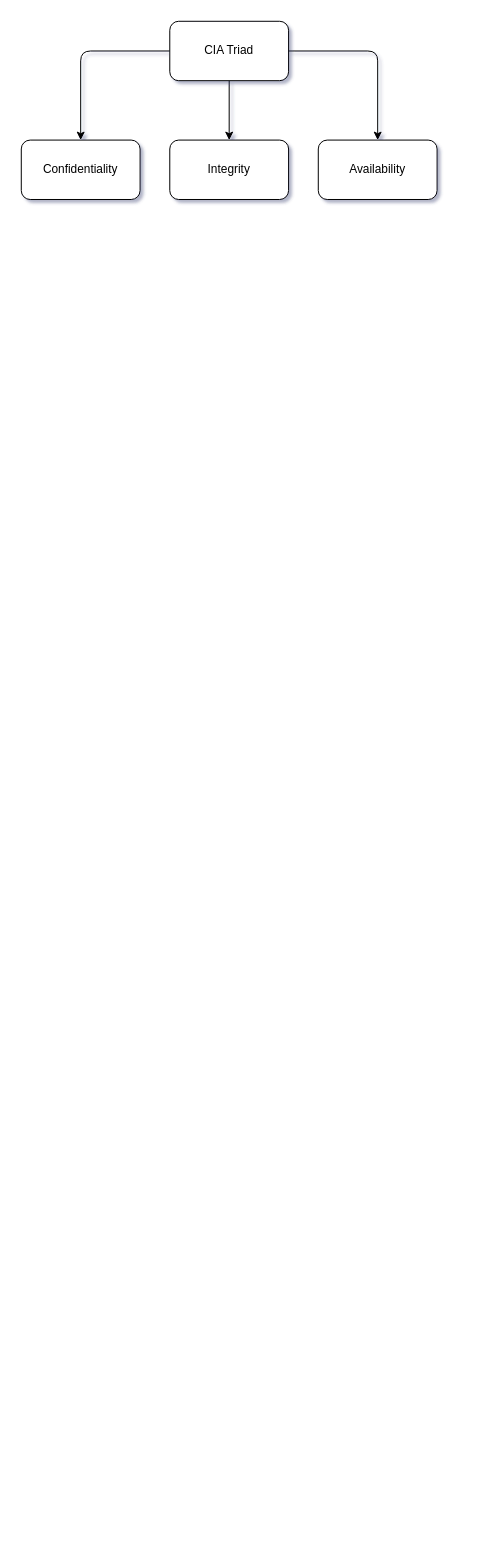
The draw.io diagram SF101-CoreSecPrinciples.drawio in Polkadoty/diagrams, before the edit. Source tidied: cells renumbered, new cells numbered last; positions are measured from the earlier drawing's top-left corner, leaving out a move shared by most shapes. Both pictures are drawn from the tidied source at 99%, with x=0, y=0 at pixel (21, 21).
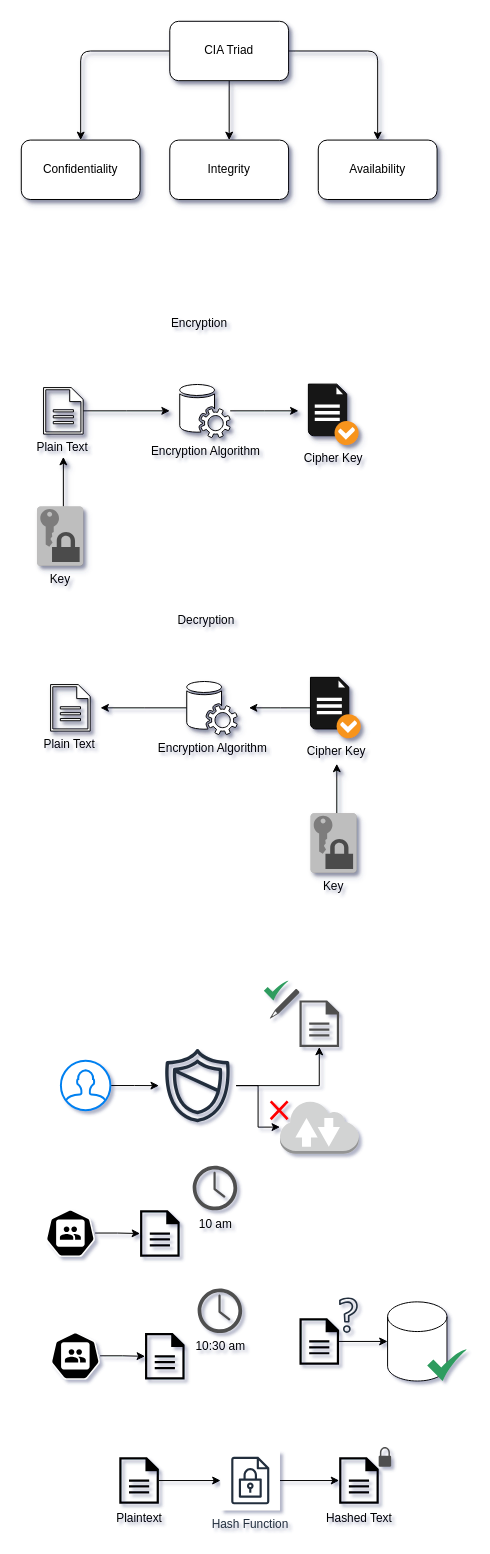
The same diagram, later.

What changed in the source:
```diff
@@
-    <mxCell id="2" style="edgeStyle=orthogonalEdgeStyle;rounded=1;hachureGap=4;jettySize=auto;html=1;fontFamily=Architects Daughter;" parent="1" edge="1" source="5" target="6">
+    <mxCell id="2" style="edgeStyle=orthogonalEdgeStyle;rounded=1;hachureGap=4;jettySize=auto;html=1;fontFamily=Architects Daughter;labelBackgroundColor=none;fontColor=default;shadow=1;" parent="1" edge="1" source="5" target="6">
       <mxGeometry relative="1" as="geometry" />
     </mxCell>
-    <mxCell id="3" style="edgeStyle=orthogonalEdgeStyle;rounded=1;hachureGap=4;jettySize=auto;html=1;fontFamily=Architects Daughter;" parent="1" edge="1" source="5" target="7">
+    <mxCell id="3" style="edgeStyle=orthogonalEdgeStyle;rounded=1;hachureGap=4;jettySize=auto;html=1;fontFamily=Architects Daughter;labelBackgroundColor=none;fontColor=default;shadow=1;" parent="1" edge="1" source="5" target="7">
       <mxGeometry relative="1" as="geometry" />
     </mxCell>
-    <mxCell id="4" style="edgeStyle=orthogonalEdgeStyle;rounded=1;hachureGap=4;jettySize=auto;html=1;fontFamily=Architects Daughter;" parent="1" edge="1" source="5" target="8">
+    <mxCell id="4" style="edgeStyle=orthogonalEdgeStyle;rounded=1;hachureGap=4;jettySize=auto;html=1;fontFamily=Architects Daughter;labelBackgroundColor=none;fontColor=default;shadow=1;" parent="1" edge="1" source="5" target="8">
       <mxGeometry relative="1" as="geometry" />
     </mxCell>
-    <mxCell id="5" value="CIA Triad" style="rounded=1;whiteSpace=wrap;html=1;hachureGap=4;fontFamily=JetBrains Mono;" parent="1" vertex="1">
+    <mxCell id="5" value="CIA Triad" style="rounded=1;whiteSpace=wrap;html=1;hachureGap=4;fontFamily=JetBrains Mono;labelBackgroundColor=none;shadow=1;" parent="1" vertex="1">
       <mxGeometry x="150" width="120" height="60" as="geometry" />
     </mxCell>
-    <mxCell id="6" value="Confidentiality" style="rounded=1;whiteSpace=wrap;html=1;hachureGap=4;fontFamily=JetBrains Mono;" parent="1" vertex="1">
+    <mxCell id="6" value="Confidentiality" style="rounded=1;whiteSpace=wrap;html=1;hachureGap=4;fontFamily=JetBrains Mono;labelBackgroundColor=none;shadow=1;" parent="1" vertex="1">
       <mxGeometry y="120" width="120" height="60" as="geometry" />
     </mxCell>
-    <mxCell id="7" value="Integrity" style="rounded=1;whiteSpace=wrap;html=1;hachureGap=4;fontFamily=JetBrains Mono;" parent="1" vertex="1">
+    <mxCell id="7" value="Integrity" style="rounded=1;whiteSpace=wrap;html=1;hachureGap=4;fontFamily=JetBrains Mono;labelBackgroundColor=none;shadow=1;" parent="1" vertex="1">
       <mxGeometry x="150" y="120" width="120" height="60" as="geometry" />
     </mxCell>
-    <mxCell id="8" value="Availability" style="rounded=1;whiteSpace=wrap;html=1;hachureGap=4;fontFamily=JetBrains Mono;" parent="1" vertex="1">
+    <mxCell id="8" value="Availability" style="rounded=1;whiteSpace=wrap;html=1;hachureGap=4;fontFamily=JetBrains Mono;labelBackgroundColor=none;shadow=1;" parent="1" vertex="1">
       <mxGeometry x="300" y="120" width="120" height="60" as="geometry" />
     </mxCell>
+    <mxCell id="9" style="edgeStyle=orthogonalEdgeStyle;rounded=0;orthogonalLoop=1;jettySize=auto;html=1;shadow=1;backgroundOutline=0;labelBackgroundColor=none;textShadow=1;" parent="1" edge="1">
+      <mxGeometry relative="1" as="geometry">
+        <mxPoint x="42.5" y="490" as="sourcePoint" />
+        <mxPoint x="42.5" y="440" as="targetPoint" />
+      </mxGeometry>
+    </mxCell>
+    <mxCell id="10" style="edgeStyle=orthogonalEdgeStyle;rounded=0;jettySize=auto;html=1;shadow=1;backgroundOutline=0;labelBackgroundColor=none;textShadow=1;" parent="1" edge="1" source="11">
+      <mxGeometry relative="1" as="geometry">
+        <mxPoint x="150" y="393.5" as="targetPoint" />
+      </mxGeometry>
+    </mxCell>
+    <mxCell id="11" value="&lt;font face=&quot;JetBrains Mono&quot;&gt;Plain Text&amp;nbsp;&lt;/font&gt;" style="sketch=0;shadow=1;dashed=0;html=1;labelPosition=center;verticalLabelPosition=bottom;verticalAlign=top;outlineConnect=0;align=center;shape=mxgraph.office.concepts.document;backgroundOutline=0;labelBackgroundColor=none;" parent="1" vertex="1">
+      <mxGeometry x="22.5" y="370" width="40" height="47" as="geometry" />
+    </mxCell>
+    <mxCell id="12" style="edgeStyle=orthogonalEdgeStyle;rounded=0;jettySize=auto;html=1;shadow=1;backgroundOutline=0;labelBackgroundColor=none;textShadow=1;" parent="1" edge="1" source="13">
+      <mxGeometry relative="1" as="geometry">
+        <mxPoint x="280" y="393.5" as="targetPoint" />
+      </mxGeometry>
+    </mxCell>
+    <mxCell id="13" value="&lt;font face=&quot;JetBrains Mono&quot;&gt;Encryption Algorithm&lt;/font&gt;" style="sketch=0;shadow=1;dashed=0;html=1;labelPosition=center;verticalLabelPosition=bottom;verticalAlign=top;outlineConnect=0;align=center;shape=mxgraph.office.services.central_management_service;backgroundOutline=0;labelBackgroundColor=none;" parent="1" vertex="1">
+      <mxGeometry x="160" y="366.5" width="51" height="54" as="geometry" />
+    </mxCell>
+    <mxCell id="14" value="&lt;font face=&quot;JetBrains Mono&quot;&gt;Key&lt;/font&gt;" style="dashed=0;verticalLabelPosition=bottom;verticalAlign=top;align=center;html=1;shape=mxgraph.aws3.data_encryption_key;fillColor=#7D7C7C;gradientColor=none;shadow=1;backgroundOutline=0;labelBackgroundColor=none;" parent="1" vertex="1">
+      <mxGeometry x="16" y="490" width="46.5" height="60" as="geometry" />
+    </mxCell>
+    <mxCell id="15" value="&lt;font face=&quot;JetBrains Mono&quot;&gt;Cipher Key&lt;/font&gt;" style="shadow=1;dashed=0;html=1;labelPosition=center;verticalLabelPosition=bottom;verticalAlign=top;align=center;shape=mxgraph.veeam.checked_doc;fillStyle=auto;fillColor=#191919;backgroundOutline=0;labelBackgroundColor=none;" parent="1" vertex="1">
+      <mxGeometry x="290" y="366.5" width="50.8" height="61.6" as="geometry" />
+    </mxCell>
+    <mxCell id="16" value="&lt;font face=&quot;JetBrains Mono&quot;&gt;Encryption&lt;/font&gt;" style="text;html=1;align=center;verticalAlign=middle;whiteSpace=wrap;rounded=0;shadow=1;backgroundOutline=0;labelBackgroundColor=none;" parent="1" vertex="1">
+      <mxGeometry x="150" y="290" width="60" height="30" as="geometry" />
+    </mxCell>
+    <mxCell id="17" style="edgeStyle=orthogonalEdgeStyle;rounded=0;orthogonalLoop=1;jettySize=auto;html=1;shadow=1;backgroundOutline=0;labelBackgroundColor=none;textShadow=1;" parent="1" edge="1">
+      <mxGeometry relative="1" as="geometry">
+        <mxPoint x="318.7" y="800" as="sourcePoint" />
+        <mxPoint x="318.7" y="750" as="targetPoint" />
+      </mxGeometry>
+    </mxCell>
+    <mxCell id="18" value="&lt;font face=&quot;JetBrains Mono&quot;&gt;Plain Text&amp;nbsp;&lt;/font&gt;" style="sketch=0;shadow=1;dashed=0;html=1;labelPosition=center;verticalLabelPosition=bottom;verticalAlign=top;align=center;shape=mxgraph.office.concepts.document;backgroundOutline=0;labelBackgroundColor=none;" parent="1" vertex="1">
+      <mxGeometry x="29.6" y="670" width="40" height="47" as="geometry" />
+    </mxCell>
+    <mxCell id="19" style="edgeStyle=orthogonalEdgeStyle;rounded=0;jettySize=auto;html=1;" parent="1" edge="1" source="20">
+      <mxGeometry relative="1" as="geometry">
+        <mxPoint x="80" y="693.5" as="targetPoint" />
+      </mxGeometry>
+    </mxCell>
+    <mxCell id="20" value="&lt;font face=&quot;JetBrains Mono&quot;&gt;Encryption Algorithm&lt;/font&gt;" style="sketch=0;shadow=1;dashed=0;html=1;labelPosition=center;verticalLabelPosition=bottom;verticalAlign=top;outlineConnect=0;align=center;shape=mxgraph.office.services.central_management_service;backgroundOutline=0;labelBackgroundColor=none;" parent="1" vertex="1">
+      <mxGeometry x="167.1" y="666.5" width="51" height="54" as="geometry" />
+    </mxCell>
+    <mxCell id="21" value="&lt;font face=&quot;JetBrains Mono&quot;&gt;Key&lt;/font&gt;" style="dashed=0;verticalLabelPosition=bottom;verticalAlign=top;align=center;html=1;shape=mxgraph.aws3.data_encryption_key;fillColor=#7D7C7C;gradientColor=none;shadow=1;backgroundOutline=0;labelBackgroundColor=none;" parent="1" vertex="1">
+      <mxGeometry x="292.2" y="800" width="46.5" height="60" as="geometry" />
+    </mxCell>
+    <mxCell id="22" style="edgeStyle=orthogonalEdgeStyle;rounded=0;jettySize=auto;html=1;" parent="1" edge="1" source="23">
+      <mxGeometry relative="1" as="geometry">
+        <mxPoint x="230" y="693.5" as="targetPoint" />
+      </mxGeometry>
+    </mxCell>
+    <mxCell id="23" value="&lt;font face=&quot;JetBrains Mono&quot;&gt;Cipher Key&lt;/font&gt;" style="shadow=1;dashed=0;html=1;labelPosition=center;verticalLabelPosition=bottom;verticalAlign=top;align=center;outlineConnect=0;shape=mxgraph.veeam.checked_doc;fillStyle=auto;fillColor=#191919;backgroundOutline=0;labelBackgroundColor=none;" parent="1" vertex="1">
+      <mxGeometry x="292.1" y="662.7" width="50.8" height="61.6" as="geometry" />
+    </mxCell>
+    <mxCell id="24" value="&lt;font face=&quot;JetBrains Mono&quot;&gt;Decryption&lt;/font&gt;" style="text;html=1;align=center;verticalAlign=middle;whiteSpace=wrap;rounded=0;shadow=1;backgroundOutline=0;labelBackgroundColor=none;" parent="1" vertex="1">
+      <mxGeometry x="157.1" y="590" width="60" height="30" as="geometry" />
+    </mxCell>
+    <mxCell id="25" style="edgeStyle=orthogonalEdgeStyle;rounded=0;jettySize=auto;html=1;" parent="1" edge="1" source="26" target="29">
+      <mxGeometry relative="1" as="geometry" />
+    </mxCell>
+    <mxCell id="26" style="html=1;verticalLabelPosition=bottom;align=center;labelBackgroundColor=#ffffff;verticalAlign=top;strokeWidth=2;strokeColor=#0080F0;shadow=0;dashed=0;shape=mxgraph.ios7.icons.user;" parent="1" vertex="1">
+      <mxGeometry x="40" y="1050" width="50" height="50" as="geometry" />
+    </mxCell>
+    <mxCell id="27" style="edgeStyle=orthogonalEdgeStyle;rounded=0;jettySize=auto;html=1;" parent="1" edge="1" source="29" target="31">
+      <mxGeometry relative="1" as="geometry" />
+    </mxCell>
+    <mxCell id="28" style="edgeStyle=orthogonalEdgeStyle;rounded=0;jettySize=auto;html=1;" parent="1" edge="1" source="29" target="30">
+      <mxGeometry relative="1" as="geometry" />
+    </mxCell>
+    <mxCell id="29" style="sketch=0;outlineConnect=0;fontColor=#232F3E;gradientColor=none;fillColor=#232F3D;strokeColor=none;dashed=0;verticalLabelPosition=bottom;verticalAlign=top;align=center;html=1;fontSize=12;fontStyle=0;shape=mxgraph.aws4.shield2;" parent="1" vertex="1">
+      <mxGeometry x="139" y="1036" width="78" height="78" as="geometry" />
+    </mxCell>
+    <mxCell id="30" style="sketch=0;shadow=0;dashed=0;html=1;strokeColor=none;fillColor=#505050;labelPosition=center;verticalLabelPosition=bottom;verticalAlign=top;outlineConnect=0;align=center;shape=mxgraph.office.concepts.document;" parent="1" vertex="1">
+      <mxGeometry x="281" y="989" width="40" height="47" as="geometry" />
+    </mxCell>
+    <mxCell id="31" style="outlineConnect=0;dashed=0;verticalLabelPosition=bottom;verticalAlign=top;align=center;html=1;shape=mxgraph.aws3.internet_2;fillColor=#D2D3D3;gradientColor=none;" parent="1" vertex="1">
+      <mxGeometry x="261.3" y="1090" width="79.5" height="54" as="geometry" />
+    </mxCell>
+    <mxCell id="32" style="sketch=0;html=1;strokeColor=none;shadow=0;align=center;fillColor=#2D9C5E;verticalAlign=top;labelPosition=center;verticalLabelPosition=bottom;shape=mxgraph.gcp2.check;" parent="1" vertex="1">
+      <mxGeometry x="245" y="969" width="25" height="20" as="geometry" />
+    </mxCell>
+    <mxCell id="33" style="shape=mxgraph.mockup.markup.redX;fillColor=#ff0000;html=1;shadow=0;whiteSpace=wrap;strokeColor=none;" parent="1" vertex="1">
+      <mxGeometry x="251" y="1090" width="19" height="20" as="geometry" />
+    </mxCell>
+    <mxCell id="34" style="sketch=0;shadow=0;dashed=0;html=1;strokeColor=none;fillColor=#505050;labelPosition=center;verticalLabelPosition=bottom;verticalAlign=top;align=center;shape=mxgraph.office.concepts.writing_pencil;" parent="1" vertex="1">
+      <mxGeometry x="251" y="977.5" width="30" height="30" as="geometry" />
+    </mxCell>
+    <mxCell id="35" style="edgeStyle=orthogonalEdgeStyle;rounded=0;jettySize=auto;html=1;" parent="1" edge="1" source="36" target="37">
+      <mxGeometry relative="1" as="geometry" />
+    </mxCell>
+    <mxCell id="36" style="sketch=0;html=1;dashed=0;whitespace=wrap;verticalLabelPosition=bottom;verticalAlign=top;fillColor=#000000;strokeColor=#ffffff;points=[[0.005,0.63,0],[0.1,0.2,0],[0.9,0.2,0],[0.5,0,0],[0.995,0.63,0],[0.72,0.99,0],[0.5,1,0],[0.28,0.99,0]];shape=mxgraph.kubernetes.icon2;prIcon=group;" parent="1" vertex="1">
+      <mxGeometry x="24.6" y="1200" width="50" height="48" as="geometry" />
+    </mxCell>
+    <mxCell id="37" style="sketch=0;shadow=0;dashed=0;html=1;strokeColor=none;fillColor=#000000;labelPosition=center;verticalLabelPosition=bottom;verticalAlign=top;outlineConnect=0;align=center;shape=mxgraph.office.concepts.document;" parent="1" vertex="1">
+      <mxGeometry x="120" y="1201" width="40" height="47" as="geometry" />
+    </mxCell>
+    <mxCell id="38" value="&lt;font face=&quot;JetBrains Mono&quot;&gt;10 am&lt;/font&gt;" style="sketch=0;shadow=0;dashed=0;html=1;strokeColor=none;fillColor=#505050;labelPosition=center;verticalLabelPosition=bottom;verticalAlign=top;align=center;shape=mxgraph.office.concepts.clock;" parent="1" vertex="1">
+      <mxGeometry x="173.1" y="1156" width="45" height="45" as="geometry" />
+    </mxCell>
+    <mxCell id="39" style="edgeStyle=orthogonalEdgeStyle;rounded=0;jettySize=auto;html=1;" parent="1" edge="1" source="40" target="41">
+      <mxGeometry relative="1" as="geometry" />
+    </mxCell>
+    <mxCell id="40" style="sketch=0;html=1;dashed=0;whitespace=wrap;verticalLabelPosition=bottom;verticalAlign=top;fillColor=#000000;strokeColor=#ffffff;points=[[0.005,0.63,0],[0.1,0.2,0],[0.9,0.2,0],[0.5,0,0],[0.995,0.63,0],[0.72,0.99,0],[0.5,1,0],[0.28,0.99,0]];shape=mxgraph.kubernetes.icon2;prIcon=group;" parent="1" vertex="1">
+      <mxGeometry x="29.6" y="1324" width="50" height="48" as="geometry" />
+    </mxCell>
+    <mxCell id="41" style="sketch=0;shadow=0;dashed=0;html=1;strokeColor=none;fillColor=#000000;labelPosition=center;verticalLabelPosition=bottom;verticalAlign=top;outlineConnect=0;align=center;shape=mxgraph.office.concepts.document;" parent="1" vertex="1">
+      <mxGeometry x="125" y="1325" width="40" height="47" as="geometry" />
+    </mxCell>
+    <mxCell id="42" value="&lt;font face=&quot;JetBrains Mono&quot;&gt;10:30 am&lt;/font&gt;" style="sketch=0;shadow=0;dashed=0;html=1;strokeColor=none;fillColor=#505050;labelPosition=center;verticalLabelPosition=bottom;verticalAlign=top;align=center;shape=mxgraph.office.concepts.clock;" parent="1" vertex="1">
+      <mxGeometry x="178.1" y="1280" width="45" height="45" as="geometry" />
+    </mxCell>
+    <mxCell id="43" style="edgeStyle=orthogonalEdgeStyle;rounded=0;jettySize=auto;html=1;" parent="1" edge="1" source="44" target="45">
+      <mxGeometry relative="1" as="geometry" />
+    </mxCell>
+    <mxCell id="44" style="sketch=0;shadow=0;dashed=0;html=1;strokeColor=none;fillColor=#000000;labelPosition=center;verticalLabelPosition=bottom;verticalAlign=top;outlineConnect=0;align=center;shape=mxgraph.office.concepts.document;" parent="1" vertex="1">
+      <mxGeometry x="281" y="1310" width="40" height="47" as="geometry" />
+    </mxCell>
+    <mxCell id="45" style="shape=cylinder3;whiteSpace=wrap;html=1;boundedLbl=1;backgroundOutline=1;size=15;" parent="1" vertex="1">
+      <mxGeometry x="370" y="1293.5" width="60" height="80" as="geometry" />
+    </mxCell>
+    <mxCell id="46" style="sketch=0;html=1;strokeColor=none;shadow=0;align=center;fillColor=#2D9C5E;verticalAlign=top;labelPosition=center;verticalLabelPosition=bottom;shape=mxgraph.gcp2.check;" parent="1" vertex="1">
+      <mxGeometry x="410" y="1341.5" width="40" height="32" as="geometry" />
+    </mxCell>
+    <mxCell id="47" style="sketch=0;fontColor=#232F3E;gradientColor=none;fillColor=#232F3D;strokeColor=none;dashed=0;verticalLabelPosition=bottom;verticalAlign=top;align=center;html=1;fontSize=12;fontStyle=0;shape=mxgraph.aws4.question;" parent="1" vertex="1">
+      <mxGeometry x="321" y="1289" width="18.9" height="36" as="geometry" />
+    </mxCell>
+    <mxCell id="48" style="edgeStyle=orthogonalEdgeStyle;rounded=0;jettySize=auto;html=1;" parent="1" edge="1" source="49" target="51">
+      <mxGeometry relative="1" as="geometry" />
+    </mxCell>
+    <mxCell id="49" value="Plaintext" style="sketch=0;shadow=0;dashed=0;html=1;strokeColor=none;fillColor=#000000;labelPosition=center;verticalLabelPosition=bottom;verticalAlign=top;outlineConnect=0;align=center;shape=mxgraph.office.concepts.document;fontFamily=JetBrains Mono;" parent="1" vertex="1">
+      <mxGeometry x="99" y="1450.5" width="40" height="47" as="geometry" />
+    </mxCell>
+    <mxCell id="50" style="edgeStyle=orthogonalEdgeStyle;rounded=0;jettySize=auto;html=1;" parent="1" edge="1" source="51" target="52">
+      <mxGeometry relative="1" as="geometry" />
+    </mxCell>
+    <mxCell id="51" value="Hash Function" style="sketch=0;outlineConnect=0;fontColor=#232F3E;gradientColor=none;strokeColor=#232F3E;fillColor=#ffffff;dashed=0;verticalLabelPosition=bottom;verticalAlign=top;align=center;html=1;fontSize=12;fontStyle=0;shape=mxgraph.aws4.resourceIcon;resIcon=mxgraph.aws4.encrypted_data;fontFamily=JetBrains Mono;" parent="1" vertex="1">
+      <mxGeometry x="201.3" y="1444" width="60" height="60" as="geometry" />
+    </mxCell>
+    <mxCell id="52" value="Hashed Text" style="sketch=0;shadow=0;dashed=0;html=1;strokeColor=none;fillColor=#000000;labelPosition=center;verticalLabelPosition=bottom;verticalAlign=top;outlineConnect=0;align=center;shape=mxgraph.office.concepts.document;fontFamily=JetBrains Mono;" parent="1" vertex="1">
+      <mxGeometry x="321.1" y="1450.5" width="40" height="47" as="geometry" />
+    </mxCell>
+    <mxCell id="53" style="sketch=0;shadow=0;dashed=0;html=1;strokeColor=none;fillColor=#505050;labelPosition=center;verticalLabelPosition=bottom;verticalAlign=top;align=center;shape=mxgraph.office.security.lock_protected;" parent="1" vertex="1">
+      <mxGeometry x="361" y="1440" width="12.6" height="20" as="geometry" />
+    </mxCell>
```
